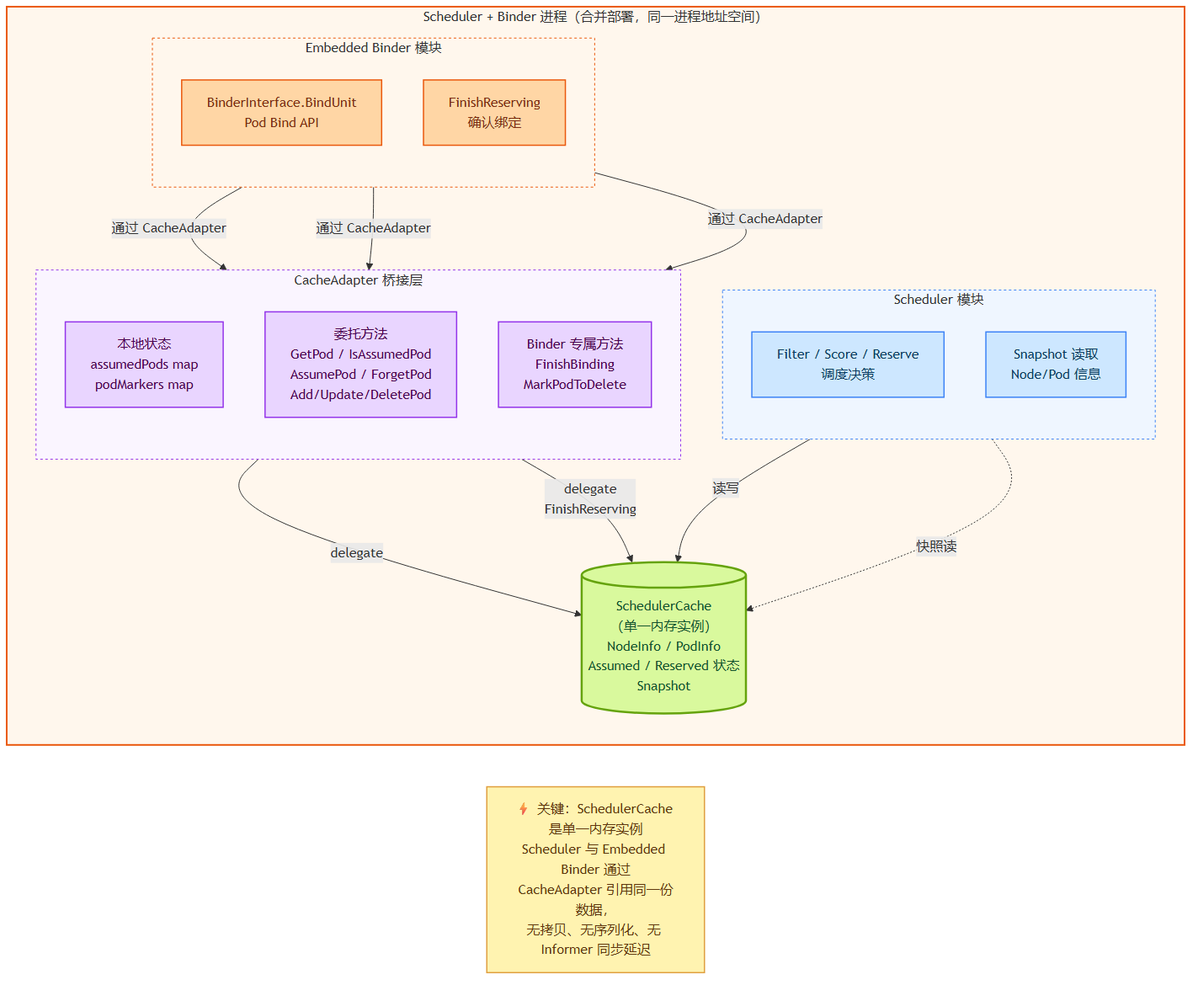
Above: docs/performance/figures/fig3-2-cache-zero-copy.png in tengfei86/godel-scheduler (Mermaid), before the change. Its source is kept beside it as docs/performance/figures/fig3-2-cache-zero-copy.mmd.
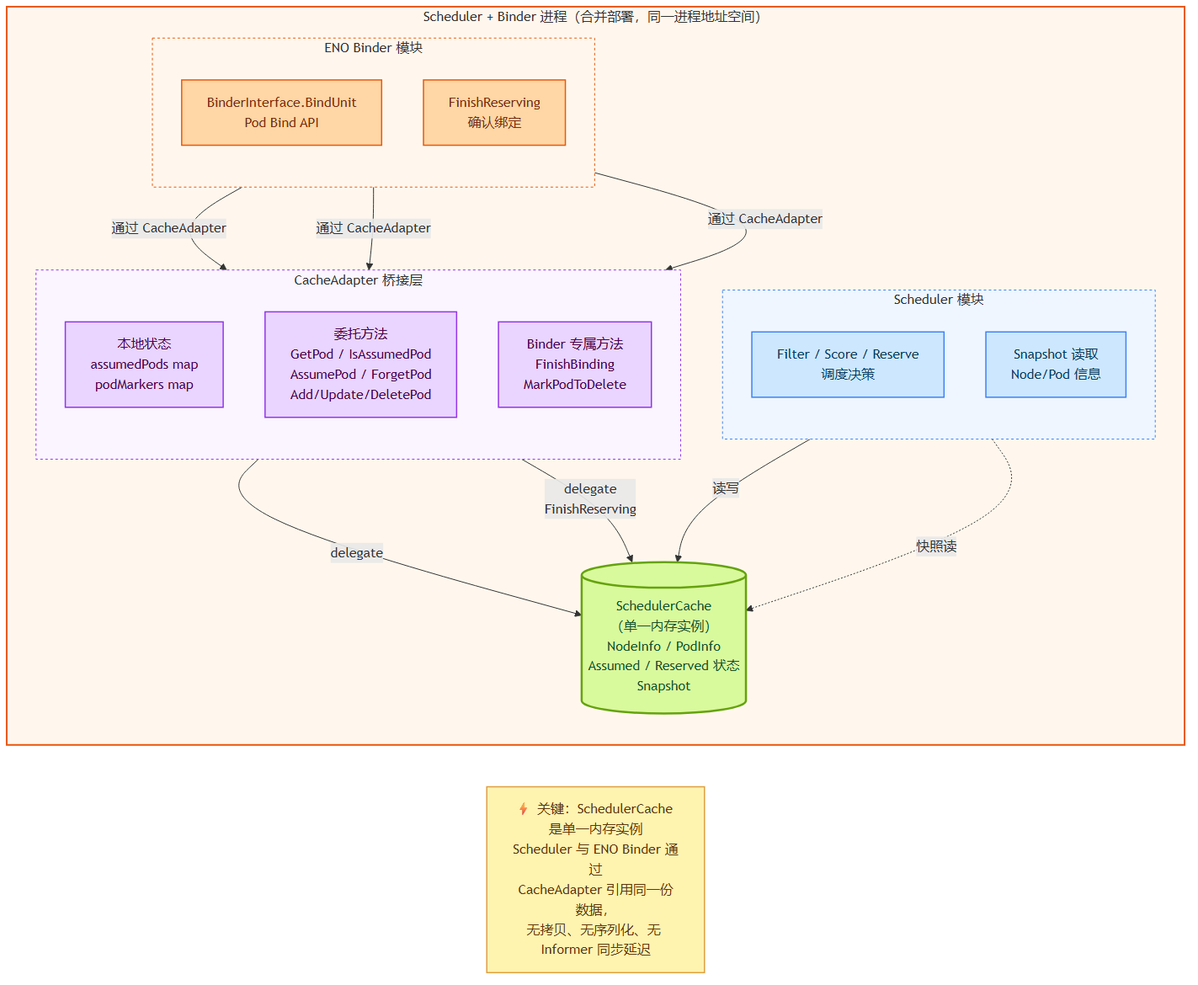
Above is the later version.

The edit, as a diff of the source:
```diff
@@ -15,7 +15,7 @@
             A_extra["Binder 专属方法<br/>FinishBinding<br/>MarkPodToDelete"]:::adapter
         end
 
-        subgraph binder["Embedded Binder 模块"]
+        subgraph binder["ENO Binder 模块"]
             direction TB
             B_bind[BinderInterface.BindUnit<br/>Pod Bind API]:::binder
             B_reserve[FinishReserving<br/>确认绑定]:::binder
@@ -33,7 +33,7 @@
         B_reserve -->|通过 CacheAdapter| A_extra
     end
 
-    Note1["⚡ 关键：SchedulerCache 是单一内存实例<br/>Scheduler 与 Embedded Binder 通过<br/>CacheAdapter 引用同一份数据，<br/>无拷贝、无序列化、无 Informer 同步延迟"]:::note
+    Note1["⚡ 关键：SchedulerCache 是单一内存实例<br/>Scheduler 与 ENO Binder 通过<br/>CacheAdapter 引用同一份数据，<br/>无拷贝、无序列化、无 Informer 同步延迟"]:::note
 
     process ~~~ Note1
 
```
